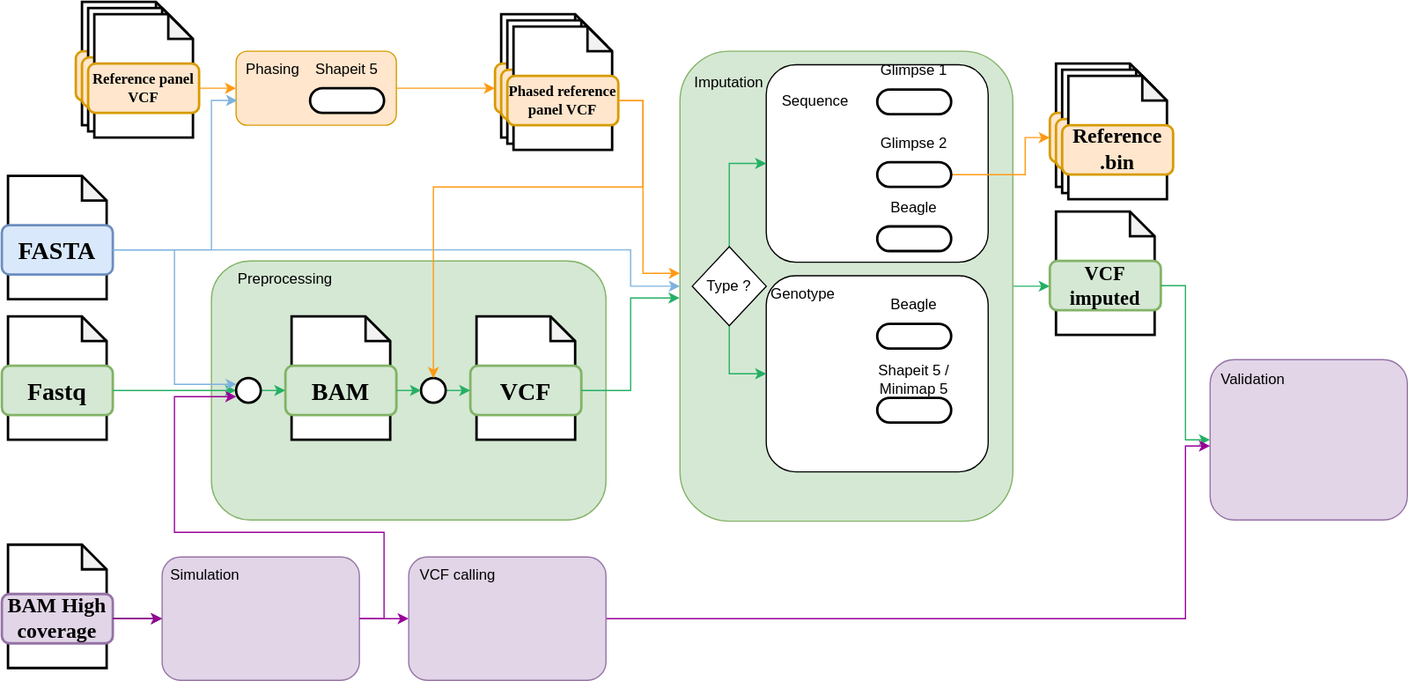
nf-core/phaseimpute keeps this draw.io diagram as docs/metro_map.drawio.svg. Above is the earlier version. Source tidied: cells renumbered, new cells last; positions are measured from the earlier drawing's top-left corner, leaving out a move shared by most shapes.
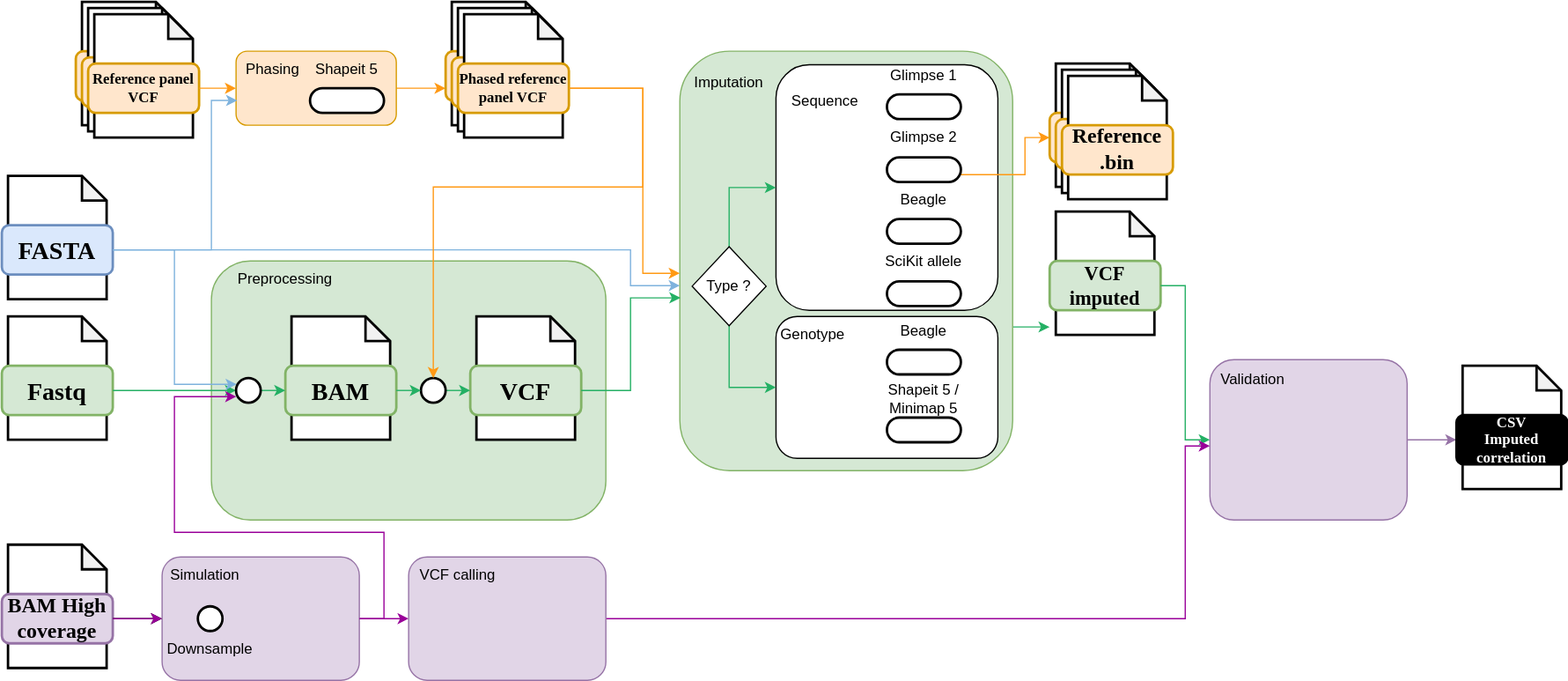
After the commit.

The edit, as a diff of the source:
```diff
@@ -11,14 +11,17 @@
     <mxCell id="4" style="rounded=1;whiteSpace=wrap;html=1;fillColor=#d5e8d4;strokeColor=#82b366;" parent="1" vertex="1">
       <mxGeometry x="170" y="210" width="320" height="210" as="geometry" />
     </mxCell>
-    <mxCell id="5" style="edgeStyle=orthogonalEdgeStyle;rounded=0;jettySize=auto;html=1;exitX=1;exitY=0.5;exitDx=0;exitDy=0;entryX=0;entryY=0.5;entryDx=0;entryDy=0;strokeColor=#24B064;" parent="1" edge="1" source="6" target="51">
-      <mxGeometry relative="1" as="geometry" />
+    <mxCell id="5" style="edgeStyle=orthogonalEdgeStyle;rounded=0;orthogonalLoop=1;jettySize=auto;html=1;exitX=1;exitY=0.5;exitDx=0;exitDy=0;entryX=0;entryY=0.5;entryDx=0;entryDy=0;strokeColor=#24B064;" parent="1" edge="1">
+      <mxGeometry relative="1" as="geometry">
+        <mxPoint x="820" y="263.5" as="sourcePoint" />
+        <mxPoint x="850" y="263" as="targetPoint" />
+      </mxGeometry>
     </mxCell>
     <mxCell id="6" style="rounded=1;whiteSpace=wrap;html=1;fillColor=#d5e8d4;strokeColor=#82b366;" parent="1" vertex="1">
-      <mxGeometry x="550" y="40" width="270" height="381" as="geometry" />
+      <mxGeometry x="550" y="40" width="270" height="340" as="geometry" />
     </mxCell>
     <mxCell id="7" style="rounded=1;whiteSpace=wrap;html=1;" parent="1" vertex="1">
-      <mxGeometry x="620" y="51" width="180" height="160" as="geometry" />
+      <mxGeometry x="628" y="51" width="180" height="199" as="geometry" />
     </mxCell>
     <mxCell id="8" style="group;" parent="1" vertex="1">
       <mxGeometry y="255" width="90" height="100" as="geometry" />
@@ -30,10 +33,10 @@
       <mxGeometry y="40" width="90" height="40" as="geometry" />
     </mxCell>
     <mxCell id="11" style="rounded=1;whiteSpace=wrap;html=1;strokeWidth=2;arcSize=50;rotation=90;" parent="1" vertex="1">
-      <mxGeometry x="730" y="51" width="20" height="60" as="geometry" />
+      <mxGeometry x="738" y="55" width="20" height="60" as="geometry" />
     </mxCell>
     <mxCell id="12" value="Glimpse 1" style="text;html=1;strokeColor=none;fillColor=none;align=center;verticalAlign=middle;whiteSpace=wrap;rounded=0;" parent="1" vertex="1">
-      <mxGeometry x="710" y="41" width="60" height="30" as="geometry" />
+      <mxGeometry x="718" y="45" width="60" height="30" as="geometry" />
     </mxCell>
     <mxCell id="13" style="edgeStyle=orthogonalEdgeStyle;rounded=0;jettySize=auto;html=1;exitX=0.5;exitY=0;exitDx=0;exitDy=0;entryX=0;entryY=0.5;entryDx=0;entryDy=0;strokeColor=#FF9914;" parent="1" edge="1" source="14" target="54">
       <mxGeometry relative="1" as="geometry">
@@ -44,50 +47,50 @@
       </mxGeometry>
     </mxCell>
     <mxCell id="14" style="rounded=1;whiteSpace=wrap;html=1;strokeWidth=2;arcSize=50;rotation=90;" parent="1" vertex="1">
-      <mxGeometry x="730" y="110" width="20" height="60" as="geometry" />
+      <mxGeometry x="738" y="106" width="20" height="60" as="geometry" />
     </mxCell>
     <mxCell id="15" value="Glimpse 2" style="text;html=1;strokeColor=none;fillColor=none;align=center;verticalAlign=middle;whiteSpace=wrap;rounded=0;" parent="1" vertex="1">
-      <mxGeometry x="710" y="100" width="60" height="30" as="geometry" />
+      <mxGeometry x="718" y="95" width="60" height="30" as="geometry" />
     </mxCell>
     <mxCell id="16" value="Imputation" style="text;html=1;strokeColor=none;fillColor=none;align=center;verticalAlign=middle;whiteSpace=wrap;rounded=0;" parent="1" vertex="1">
       <mxGeometry x="560" y="51" width="60" height="30" as="geometry" />
     </mxCell>
     <mxCell id="17" style="rounded=1;whiteSpace=wrap;html=1;strokeWidth=2;arcSize=50;rotation=90;" parent="1" vertex="1">
-      <mxGeometry x="730" y="162" width="20" height="60" as="geometry" />
+      <mxGeometry x="738" y="156" width="20" height="60" as="geometry" />
     </mxCell>
     <mxCell id="18" value="Beagle" style="text;html=1;strokeColor=none;fillColor=none;align=center;verticalAlign=middle;whiteSpace=wrap;rounded=0;" parent="1" vertex="1">
-      <mxGeometry x="710" y="152" width="60" height="30" as="geometry" />
+      <mxGeometry x="718" y="146" width="60" height="30" as="geometry" />
     </mxCell>
     <mxCell id="19" value="Sequence" style="text;html=1;strokeColor=none;fillColor=none;align=center;verticalAlign=middle;whiteSpace=wrap;rounded=0;" parent="1" vertex="1">
-      <mxGeometry x="630" y="66" width="60" height="30" as="geometry" />
+      <mxGeometry x="638" y="66" width="60" height="30" as="geometry" />
     </mxCell>
     <mxCell id="20" style="rounded=1;whiteSpace=wrap;html=1;" parent="1" vertex="1">
-      <mxGeometry x="620" y="222" width="180" height="159" as="geometry" />
+      <mxGeometry x="628" y="255" width="180" height="115" as="geometry" />
     </mxCell>
     <mxCell id="21" value="Genotype" style="text;html=1;strokeColor=none;fillColor=none;align=center;verticalAlign=middle;whiteSpace=wrap;rounded=0;" parent="1" vertex="1">
-      <mxGeometry x="620" y="222" width="60" height="30" as="geometry" />
+      <mxGeometry x="628" y="255" width="60" height="30" as="geometry" />
     </mxCell>
     <mxCell id="22" style="rounded=1;whiteSpace=wrap;html=1;strokeWidth=2;arcSize=50;rotation=90;" parent="1" vertex="1">
-      <mxGeometry x="730" y="241" width="20" height="60" as="geometry" />
+      <mxGeometry x="738" y="262" width="20" height="60" as="geometry" />
     </mxCell>
     <mxCell id="23" value="Beagle" style="text;html=1;strokeColor=none;fillColor=none;align=center;verticalAlign=middle;whiteSpace=wrap;rounded=0;" parent="1" vertex="1">
-      <mxGeometry x="710" y="231" width="60" height="30" as="geometry" />
+      <mxGeometry x="718" y="252" width="60" height="30" as="geometry" />
     </mxCell>
     <mxCell id="24" style="rounded=1;whiteSpace=wrap;html=1;strokeWidth=2;arcSize=50;rotation=90;" parent="1" vertex="1">
-      <mxGeometry x="730" y="301" width="20" height="60" as="geometry" />
+      <mxGeometry x="738" y="317" width="20" height="60" as="geometry" />
     </mxCell>
     <mxCell id="25" value="Shapeit 5 / Minimap 5" style="text;html=1;strokeColor=none;fillColor=none;align=center;verticalAlign=middle;whiteSpace=wrap;rounded=0;" parent="1" vertex="1">
-      <mxGeometry x="710" y="291" width="60" height="30" as="geometry" />
+      <mxGeometry x="718" y="307" width="60" height="30" as="geometry" />
     </mxCell>
     <mxCell id="26" style="edgeStyle=orthogonalEdgeStyle;rounded=0;jettySize=auto;html=1;exitX=1;exitY=0.5;exitDx=0;exitDy=0;strokeColor=#FF9914;" parent="1" edge="1" source="68" target="6">
       <mxGeometry relative="1" as="geometry">
         <Array as="points">
-          <mxPoint x="520" y="80" />
+          <mxPoint x="520" y="70" />
           <mxPoint x="520" y="220" />
         </Array>
       </mxGeometry>
     </mxCell>
-    <mxCell id="27" style="edgeStyle=orthogonalEdgeStyle;rounded=0;jettySize=auto;html=1;exitX=1;exitY=0.5;exitDx=0;exitDy=0;entryX=0;entryY=0.5;entryDx=0;entryDy=0;strokeColor=#FF9914;" parent="1" edge="1" source="28" target="64">
+    <mxCell id="27" style="edgeStyle=orthogonalEdgeStyle;rounded=0;jettySize=auto;html=1;exitX=1;exitY=0.5;exitDx=0;exitDy=0;entryX=0;entryY=0.75;entryDx=0;entryDy=0;strokeColor=#FF9914;" parent="1" edge="1" source="28" target="64">
       <mxGeometry relative="1" as="geometry" />
     </mxCell>
     <mxCell id="28" style="rounded=1;whiteSpace=wrap;html=1;fillColor=#ffe6cc;strokeColor=#d79b00;" parent="1" vertex="1">
@@ -150,6 +153,9 @@
     <mxCell id="47" style="edgeStyle=orthogonalEdgeStyle;rounded=0;jettySize=auto;html=1;exitX=1;exitY=0.5;exitDx=0;exitDy=0;entryX=0;entryY=0.5;entryDx=0;entryDy=0;strokeColor=#24B064;" parent="1" edge="1" source="10" target="80">
       <mxGeometry relative="1" as="geometry" />
     </mxCell>
+    <mxCell id="94" style="edgeStyle=orthogonalEdgeStyle;rounded=0;jettySize=auto;html=1;exitX=1;exitY=0.5;exitDx=0;exitDy=0;entryX=0;entryY=0.5;entryDx=0;entryDy=0;fillColor=#e1d5e7;strokeColor=#9673a6;" parent="1" edge="1" source="48" target="101">
+      <mxGeometry relative="1" as="geometry" />
+    </mxCell>
     <mxCell id="48" style="rounded=1;whiteSpace=wrap;html=1;fillColor=#e1d5e7;strokeColor=#9673a6;" parent="1" vertex="1">
       <mxGeometry x="980" y="290" width="160" height="130" as="geometry" />
     </mxCell>
@@ -193,7 +199,7 @@
       <mxGeometry relative="1" as="geometry" />
     </mxCell>
     <mxCell id="62" style="group;" parent="1" vertex="1">
-      <mxGeometry x="400" y="10" width="100" height="110" as="geometry" />
+      <mxGeometry x="360" width="100" height="110" as="geometry" />
     </mxCell>
     <mxCell id="63" style="shape=note;whiteSpace=wrap;html=1;backgroundOutline=1;darkOpacity=0.05;rounded=1;size=20;strokeWidth=2;" parent="62" vertex="1">
       <mxGeometry x="5" width="80" height="100" as="geometry" />
@@ -255,11 +261,13 @@
         </Array>
       </mxGeometry>
     </mxCell>
-    <mxCell id="78" style="edgeStyle=orthogonalEdgeStyle;rounded=0;jettySize=auto;html=1;exitX=1;exitY=0.5;exitDx=0;exitDy=0;entryX=0;entryY=0.5;entryDx=0;entryDy=0;strokeColor=#7EB2DD;" parent="1" edge="1" source="72" target="6">
+    <mxCell id="78" style="edgeStyle=orthogonalEdgeStyle;rounded=0;jettySize=auto;html=1;exitX=1;exitY=0.5;exitDx=0;exitDy=0;strokeColor=#7EB2DD;" parent="1" edge="1" source="72">
       <mxGeometry relative="1" as="geometry">
+        <mxPoint x="550" y="230" as="targetPoint" />
         <Array as="points">
           <mxPoint x="510" y="201" />
-          <mxPoint x="510" y="231" />
+          <mxPoint x="510" y="230" />
+          <mxPoint x="550" y="230" />
         </Array>
       </mxGeometry>
     </mxCell>
@@ -290,7 +298,7 @@
     <mxCell id="87" style="edgeStyle=orthogonalEdgeStyle;rounded=0;jettySize=auto;html=1;exitX=1;exitY=0.5;exitDx=0;exitDy=0;entryX=0.5;entryY=0;entryDx=0;entryDy=0;strokeColor=#FF9914;" parent="1" edge="1" source="68" target="85">
       <mxGeometry relative="1" as="geometry">
         <Array as="points">
-          <mxPoint x="520" y="80" />
+          <mxPoint x="520" y="70" />
           <mxPoint x="520" y="150" />
           <mxPoint x="350" y="150" />
         </Array>
@@ -326,7 +334,7 @@
     <mxCell id="92" value="VCF calling" style="text;html=1;strokeColor=none;fillColor=none;align=center;verticalAlign=middle;whiteSpace=wrap;rounded=0;" parent="1" vertex="1">
       <mxGeometry x="330" y="450" width="80" height="30" as="geometry" />
     </mxCell>
-    <mxCell id="93" style="edgeStyle=orthogonalEdgeStyle;rounded=0;jettySize=auto;html=1;exitX=1;exitY=0.5;exitDx=0;exitDy=0;entryX=-0.001;entryY=0.525;entryDx=0;entryDy=0;strokeColor=#24B064;entryPerimeter=0;" parent="1" edge="1" source="83" target="6">
+    <mxCell id="93" style="edgeStyle=orthogonalEdgeStyle;rounded=0;jettySize=auto;html=1;exitX=1;exitY=0.5;exitDx=0;exitDy=0;entryX=0.002;entryY=0.588;entryDx=0;entryDy=0;strokeColor=#24B064;entryPerimeter=0;" parent="1" edge="1" source="83" target="6">
       <mxGeometry relative="1" as="geometry">
         <Array as="points">
           <mxPoint x="510" y="315" />
@@ -334,5 +342,26 @@
         </Array>
       </mxGeometry>
     </mxCell>
+    <mxCell id="95" style="rounded=1;whiteSpace=wrap;html=1;strokeWidth=2;arcSize=50;rotation=90;" parent="1" vertex="1">
+      <mxGeometry x="738" y="206.5" width="20" height="60" as="geometry" />
+    </mxCell>
+    <mxCell id="96" value="SciKit allele" style="text;html=1;strokeColor=none;fillColor=none;align=center;verticalAlign=middle;whiteSpace=wrap;rounded=0;" parent="1" vertex="1">
+      <mxGeometry x="708" y="196" width="80" height="30" as="geometry" />
+    </mxCell>
+    <mxCell id="97" style="ellipse;whiteSpace=wrap;html=1;rounded=1;rotation=0;strokeWidth=2;" parent="1" vertex="1">
+      <mxGeometry x="159" y="490" width="20" height="20" as="geometry" />
+    </mxCell>
+    <mxCell id="98" value="Downsample" style="text;html=1;strokeColor=none;fillColor=none;align=center;verticalAlign=middle;whiteSpace=wrap;rounded=0;" parent="1" vertex="1">
+      <mxGeometry x="139" y="510" width="60" height="30" as="geometry" />
+    </mxCell>
+    <mxCell id="99" style="group;" parent="1" vertex="1">
+      <mxGeometry x="1180" y="295" width="90" height="100" as="geometry" />
+    </mxCell>
+    <mxCell id="100" style="shape=note;whiteSpace=wrap;html=1;backgroundOutline=1;darkOpacity=0.05;rounded=1;size=20;strokeWidth=2;" parent="99" vertex="1">
+      <mxGeometry x="5" width="80" height="100" as="geometry" />
+    </mxCell>
+    <mxCell id="101" value="&lt;font face=&quot;Maven Pro&quot; color=&quot;#ffffff&quot;&gt;&lt;b&gt;CSV&lt;br&gt;Imputed correlation&lt;br&gt;&lt;/b&gt;&lt;/font&gt;" style="rounded=1;whiteSpace=wrap;html=1;strokeWidth=2;fillColor=#000000;" parent="99" vertex="1">
+      <mxGeometry y="40" width="90" height="40" as="geometry" />
+    </mxCell>
   </root>
 </mxGraphModel>
```
